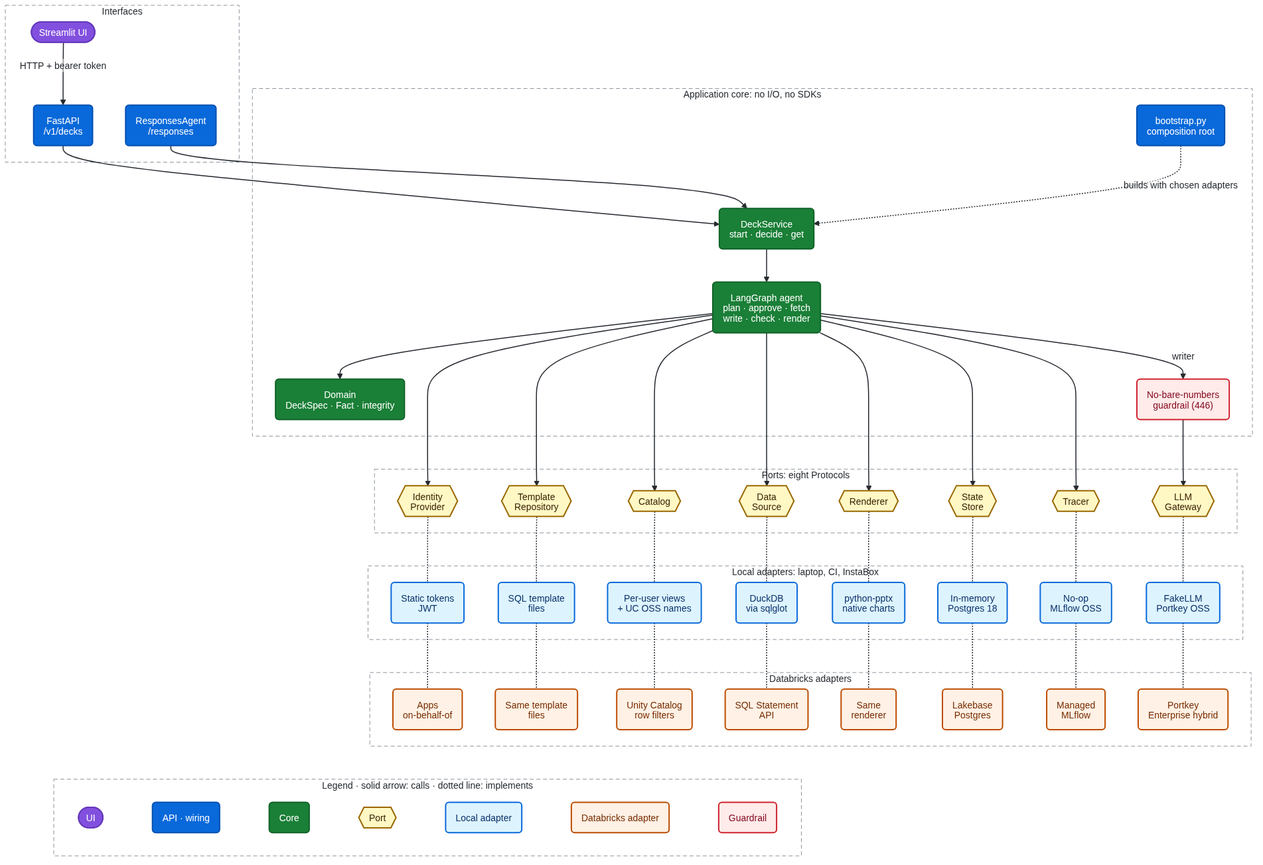
Earlier version of the Mermaid export docs/assets/diagrams/hexagonal.png (santoshshinde2012/deck-smith-local). Its source is kept beside it as docs/diagrams/hexagonal.mmd.
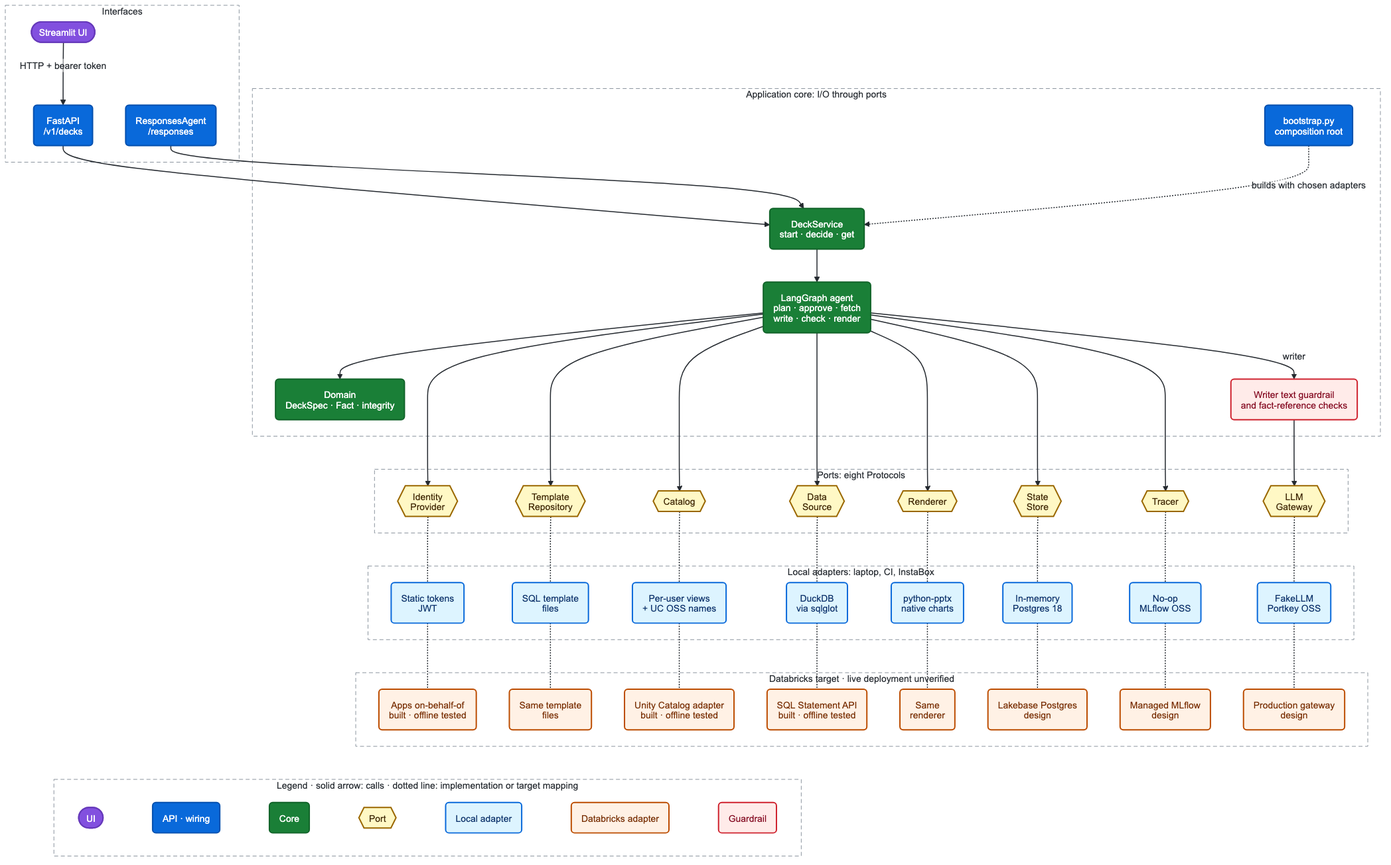
The same diagram one commit later.

What changed in the source:
```diff
@@ -5,11 +5,11 @@
     RA("ResponsesAgent<br/>/responses"):::app
   end
 
-  subgraph CORE["Application core: no I/O, no SDKs"]
+  subgraph CORE["Application core: I/O through ports"]
     SVC("DeckService<br/>start · decide · get"):::core
     GRAPH("LangGraph agent<br/>plan · approve · fetch<br/>write · check · render"):::core
     DOM("Domain<br/>DeckSpec · Fact · integrity"):::core
-    GUARD("No-bare-numbers<br/>guardrail (446)"):::sec
+    GUARD("Writer text guardrail<br/>and fact-reference checks"):::sec
     BOOT("bootstrap.py<br/>composition root"):::app
   end
 
@@ -35,15 +35,15 @@
     L_LLM("FakeLLM<br/>Portkey OSS"):::local
   end
 
-  subgraph DBX["Databricks adapters"]
-    D_ID("Apps<br/>on-behalf-of"):::dbx
+  subgraph DBX["Databricks target · live deployment unverified"]
+    D_ID("Apps on-behalf-of<br/>built · offline tested"):::dbx
     D_TPL("Same template<br/>files"):::dbx
-    D_CAT("Unity Catalog<br/>row filters"):::dbx
-    D_DS("SQL Statement<br/>API"):::dbx
+    D_CAT("Unity Catalog adapter<br/>built · offline tested"):::dbx
+    D_DS("SQL Statement API<br/>built · offline tested"):::dbx
     D_REN("Same<br/>renderer"):::dbx
-    D_ST("Lakebase<br/>Postgres"):::dbx
-    D_TR("Managed<br/>MLflow"):::dbx
-    D_LLM("Portkey<br/>Enterprise hybrid"):::dbx
+    D_ST("Lakebase Postgres<br/>design"):::dbx
+    D_TR("Managed MLflow<br/>design"):::dbx
+    D_LLM("Production gateway<br/>design"):::dbx
   end
 
   UI -->|HTTP + bearer token| API
@@ -64,7 +64,7 @@
   P_ST -.- L_ST -.- D_ST
   P_TR -.- L_TR -.- D_TR
 
-  subgraph LEGEND["Legend · solid arrow: calls · dotted line: implements"]
+  subgraph LEGEND["Legend · solid arrow: calls · dotted line: implementation or target mapping"]
     direction LR
     K1(["UI"]):::ui ~~~ K2("API · wiring"):::app ~~~ K3("Core"):::core ~~~ K4{{"Port"}}:::port ~~~ K5("Local adapter"):::local ~~~ K6("Databricks adapter"):::dbx ~~~ K7("Guardrail"):::sec
   end
```
